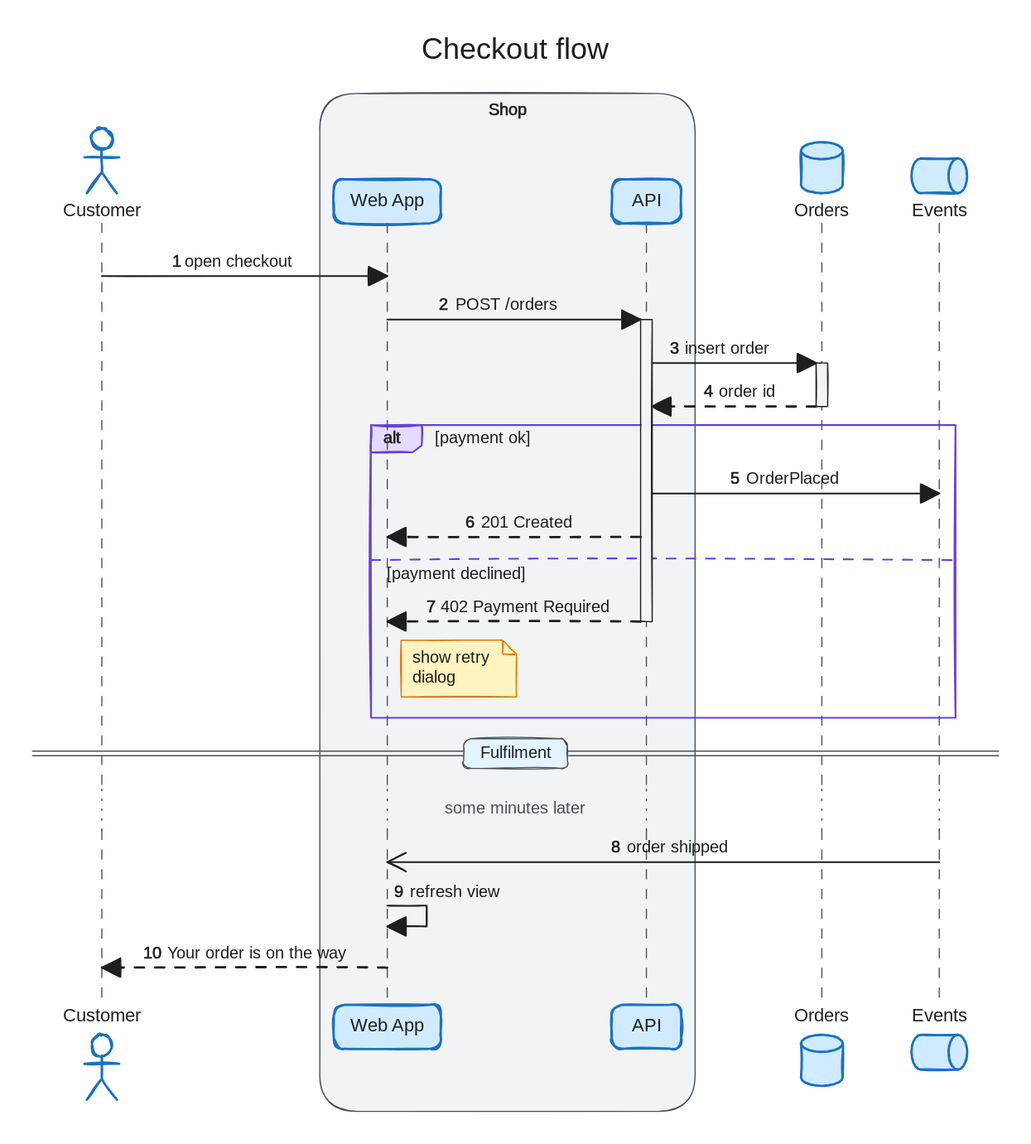
grethel-labs/excaliplant keeps this PlantUML diagram as docs/gallery/sequence/checkout-flow.svg. Above is the earlier version. Its source is kept beside it as examples/sequence/checkout-flow.puml. The source it was exported from:
```plantuml
@startuml
title Checkout flow
autonumber
actor Customer as C
box "Shop" #f1f3f5
  participant "Web App" as W
  participant API
end box
database Orders as DB
queue Events as Q

C -> W : open checkout
W -> API ++ : POST /orders
API -> DB ++ : insert order
DB --> API -- : order id
alt payment ok
  API -> Q : OrderPlaced
  API --> W : 201 Created
else payment declined
  API --> W : 402 Payment Required
  note right of W : show retry\ndialog
end
deactivate API
== Fulfilment ==
... some minutes later ...
Q ->> W : order shipped
W -> W : refresh view
W --> C : "Your order is on the way"
@enduml
```
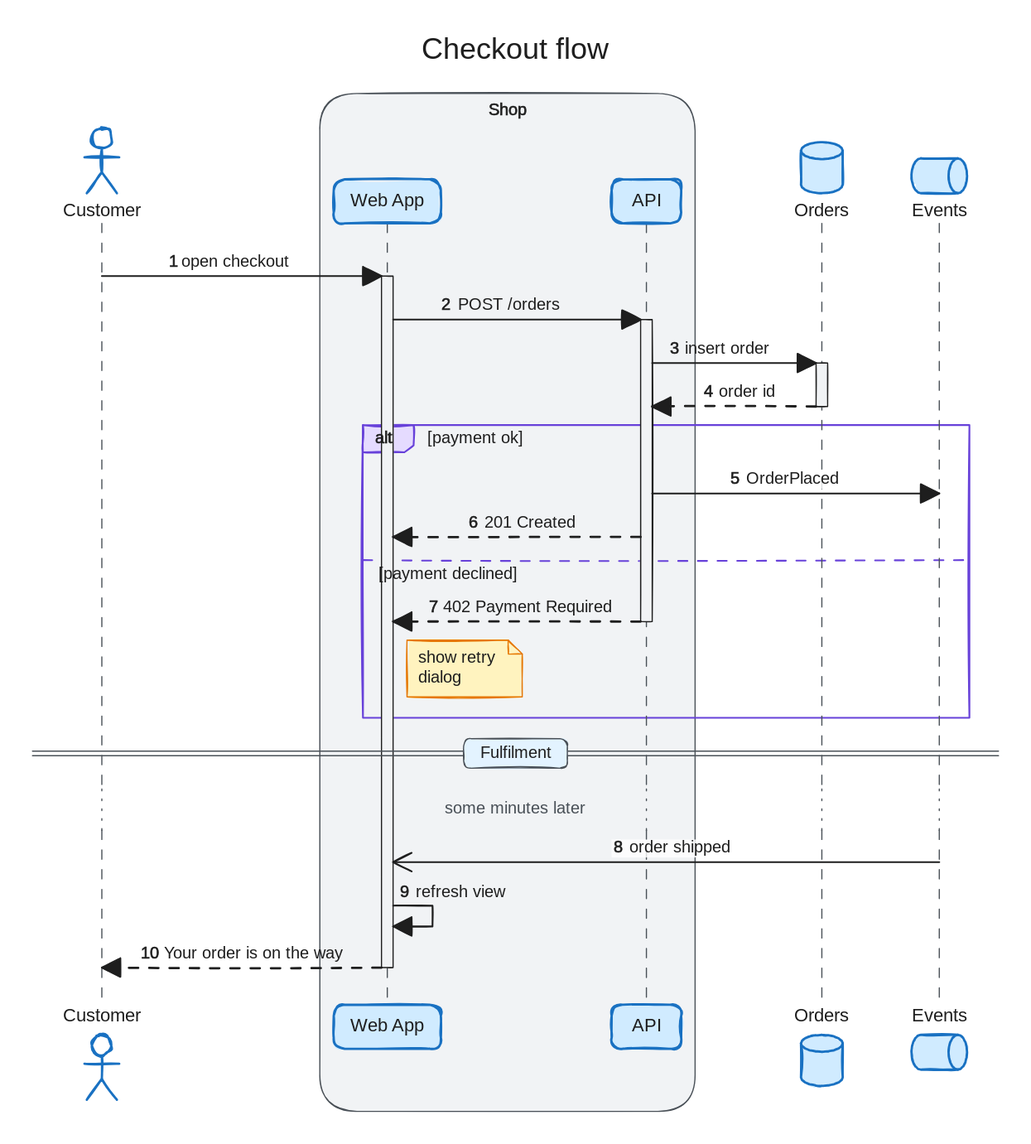
Later version of the same file.

What changed in the source:
```diff
@@ -9,7 +9,7 @@
 database Orders as DB
 queue Events as Q
 
-C -> W : open checkout
+C -> W ++ : open checkout
 W -> API ++ : POST /orders
 API -> DB ++ : insert order
 DB --> API -- : order id
@@ -25,5 +25,5 @@
 ... some minutes later ...
 Q ->> W : order shipped
 W -> W : refresh view
-W --> C : "Your order is on the way"
+W --> C -- : "Your order is on the way"
 @enduml
```
